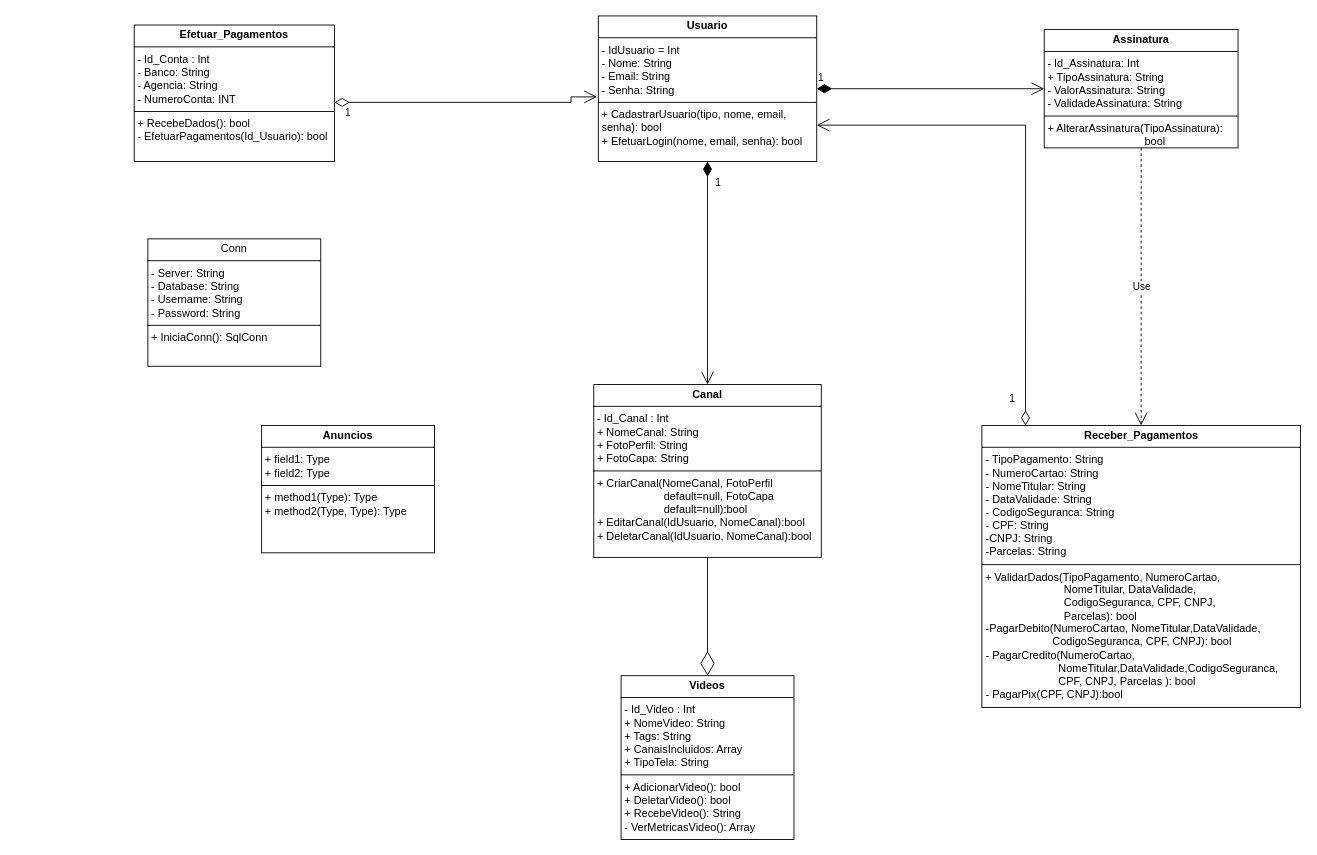
GustavoFerreira143/PIMVIISistemaDeStreaming keeps this draw.io diagram as page "DiagramaDeClasses" (20 of 20) of DiagramasPIMVII.drawio. Above is the earlier version. Source tidied: cells renumbered, new cells numbered last; positions are measured from the earlier drawing's top-left corner, leaving out a move shared by most shapes. Both pictures are drawn from the tidied source at 91%, with x=0, y=0 at pixel (134, 15).
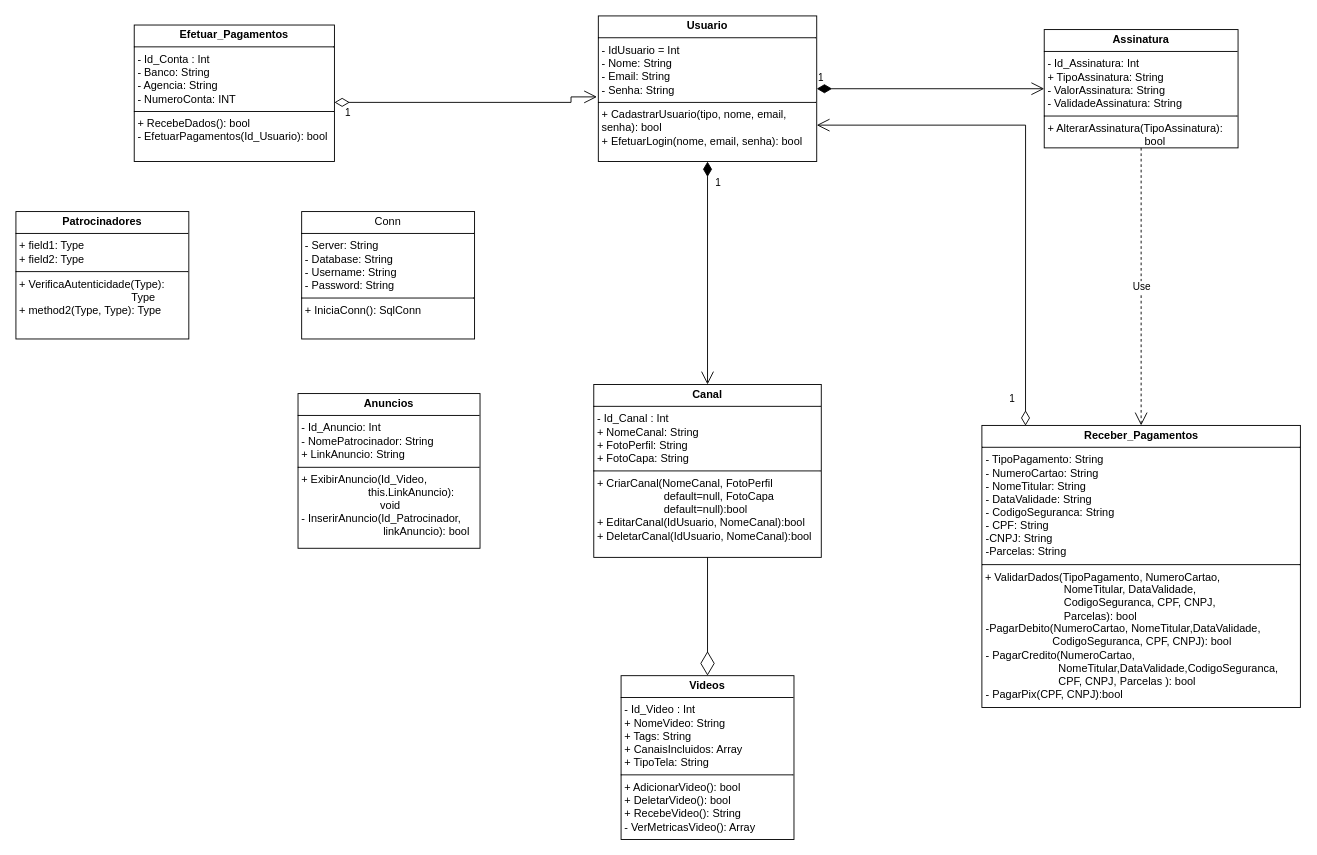
After the change.

Change to the diagram source:
```diff
@@
 <mxGraphModel>
   <root>
     <mxCell id="0" />
     <mxCell id="1" parent="0" />
     <mxCell id="2" value="&lt;p style=&quot;margin:0px;margin-top:4px;text-align:center;&quot;&gt;&lt;b&gt;Usuario&lt;/b&gt;&lt;/p&gt;&lt;hr size=&quot;1&quot; style=&quot;border-style:solid;&quot;&gt;&lt;p style=&quot;margin:0px;margin-left:4px;&quot;&gt;- IdUsuario = Int&lt;/p&gt;&lt;p style=&quot;margin:0px;margin-left:4px;&quot;&gt;- Nome: String&lt;br&gt;- Email: String&lt;/p&gt;&lt;p style=&quot;margin:0px;margin-left:4px;&quot;&gt;- Senha: String&lt;/p&gt;&lt;hr size=&quot;1&quot; style=&quot;border-style:solid;&quot;&gt;&lt;p style=&quot;margin:0px;margin-left:4px;&quot;&gt;+ CadastrarUsuario(tipo, nome, email, senha): bool&lt;br&gt;+ EfetuarLogin(nome, email, senha): bool&lt;/p&gt;" style="verticalAlign=top;align=left;overflow=fill;html=1;whiteSpace=wrap;" parent="1" vertex="1">
       <mxGeometry x="510" width="240" height="160" as="geometry" />
     </mxCell>
     <mxCell id="3" value="&lt;p style=&quot;margin:0px;margin-top:4px;text-align:center;&quot;&gt;Conn&lt;/p&gt;&lt;hr size=&quot;1&quot; style=&quot;border-style:solid;&quot;&gt;&lt;p style=&quot;margin:0px;margin-left:4px;&quot;&gt;- Server: String&lt;/p&gt;&lt;p style=&quot;margin:0px;margin-left:4px;&quot;&gt;- Database: String&lt;br&gt;- Username: String&lt;/p&gt;&lt;p style=&quot;margin:0px;margin-left:4px;&quot;&gt;- Password: String&lt;/p&gt;&lt;hr size=&quot;1&quot; style=&quot;border-style:solid;&quot;&gt;&lt;p style=&quot;margin:0px;margin-left:4px;&quot;&gt;+ IniciaConn(): SqlConn&lt;br&gt;&lt;/p&gt;" style="verticalAlign=top;align=left;overflow=fill;html=1;whiteSpace=wrap;" parent="1" vertex="1">
-      <mxGeometry x="15" y="245" width="190" height="140" as="geometry" />
+      <mxGeometry x="184" y="215" width="190" height="140" as="geometry" />
     </mxCell>
     <mxCell id="4" value="&lt;p style=&quot;margin:0px;margin-top:4px;text-align:center;&quot;&gt;&lt;b&gt;Receber_Pagamentos&lt;/b&gt;&lt;/p&gt;&lt;hr size=&quot;1&quot; style=&quot;border-style:solid;&quot;&gt;&lt;p style=&quot;margin:0px;margin-left:4px;&quot;&gt;- TipoPagamento: String&lt;br&gt;- NumeroCartao: String&lt;/p&gt;&lt;p style=&quot;margin:0px;margin-left:4px;&quot;&gt;- NomeTitular: String&lt;/p&gt;&lt;p style=&quot;margin:0px;margin-left:4px;&quot;&gt;- DataValidade: String&lt;/p&gt;&lt;p style=&quot;margin:0px;margin-left:4px;&quot;&gt;- CodigoSeguranca: String&lt;/p&gt;&lt;p style=&quot;margin:0px;margin-left:4px;&quot;&gt;- CPF: String&lt;/p&gt;&lt;p style=&quot;margin:0px;margin-left:4px;&quot;&gt;-CNPJ: String&lt;/p&gt;&lt;p style=&quot;margin:0px;margin-left:4px;&quot;&gt;-Parcelas: String&lt;/p&gt;&lt;hr size=&quot;1&quot; style=&quot;border-style:solid;&quot;&gt;&amp;nbsp;+ ValidarDados(TipoPagamento, NumeroCartao, &lt;span style=&quot;white-space: pre;&quot;&gt;&#9;&lt;/span&gt;&lt;span style=&quot;white-space: pre;&quot;&gt;&#9;&lt;/span&gt;&lt;span style=&quot;white-space: pre;&quot;&gt;&#9;&lt;/span&gt;&amp;nbsp; &amp;nbsp;NomeTitular, DataValidade, &lt;span style=&quot;white-space: pre;&quot;&gt;&#9;&lt;/span&gt;&lt;span style=&quot;white-space: pre;&quot;&gt;&#9;&lt;/span&gt;&lt;span style=&quot;white-space: pre;&quot;&gt;&#9;&lt;/span&gt;&amp;nbsp; &lt;span style=&quot;white-space: pre;&quot;&gt;&#9;&lt;/span&gt;&lt;span style=&quot;white-space: pre;&quot;&gt;&#9;&lt;/span&gt;&lt;span style=&quot;white-space: pre;&quot;&gt;&#9;&lt;/span&gt;&amp;nbsp;&amp;nbsp;&amp;nbsp;CodigoSeguranca, CPF, CNPJ, &lt;span style=&quot;white-space: pre;&quot;&gt;&#9;&lt;/span&gt;&lt;span style=&quot;white-space: pre;&quot;&gt;&#9;&lt;/span&gt;&lt;span style=&quot;white-space: pre;&quot;&gt;&#9;&lt;/span&gt;&amp;nbsp; &amp;nbsp;&lt;span style=&quot;white-space: pre;&quot;&gt;&#9;&lt;/span&gt;&lt;span style=&quot;white-space: pre;&quot;&gt;&#9;&lt;/span&gt;&lt;span style=&quot;white-space: pre;&quot;&gt;&#9;&lt;/span&gt;&amp;nbsp; &amp;nbsp;Parcelas): bool&amp;nbsp;&lt;br&gt;&lt;p style=&quot;margin:0px;margin-left:4px;&quot;&gt;-PagarDebito(NumeroCartao,&amp;nbsp;NomeTitular,DataValidade,&lt;br&gt;&lt;span style=&quot;white-space: pre;&quot;&gt;&#9;&lt;/span&gt;&lt;span style=&quot;white-space: pre;&quot;&gt;&#9;&amp;nbsp;&lt;/span&gt;&amp;nbsp; &amp;nbsp; &amp;nbsp;CodigoSeguranca,&amp;nbsp;CPF, CNPJ): bool&lt;br&gt;- PagarCredito(NumeroCartao, &lt;span style=&quot;white-space: pre;&quot;&gt;&#9;&lt;span style=&quot;white-space: pre;&quot;&gt;&#9;&lt;/span&gt;&lt;span style=&quot;white-space: pre;&quot;&gt;&#9;&lt;/span&gt;&lt;/span&gt;NomeTitular,DataValidade,CodigoSeguranca, &lt;span style=&quot;white-space: pre;&quot;&gt;&#9;&lt;/span&gt;&lt;span style=&quot;white-space: pre;&quot;&gt;&#9;&lt;/span&gt;&lt;span style=&quot;white-space: pre;&quot;&gt;&#9;&lt;/span&gt;CPF, CNPJ, Parcelas ): bool&lt;/p&gt;&lt;p style=&quot;margin:0px;margin-left:4px;&quot;&gt;- PagarPix(CPF, CNPJ):bool&lt;/p&gt;&lt;p style=&quot;margin:0px;margin-left:4px;&quot;&gt;&lt;br&gt;&lt;/p&gt;" style="verticalAlign=top;align=left;overflow=fill;html=1;whiteSpace=wrap;" parent="1" vertex="1">
       <mxGeometry x="931.5" y="450" width="350" height="310" as="geometry" />
     </mxCell>
     <mxCell id="5" value="&lt;p style=&quot;margin:0px;margin-top:4px;text-align:center;&quot;&gt;&lt;b&gt;Canal&lt;/b&gt;&lt;/p&gt;&lt;hr size=&quot;1&quot; style=&quot;border-style:solid;&quot;&gt;&lt;p style=&quot;margin:0px;margin-left:4px;&quot;&gt;- Id_Canal : Int&lt;/p&gt;&lt;p style=&quot;margin:0px;margin-left:4px;&quot;&gt;+ NomeCanal: String&lt;br&gt;+ FotoPerfil: String&lt;/p&gt;&lt;p style=&quot;margin:0px;margin-left:4px;&quot;&gt;+ FotoCapa: String&lt;/p&gt;&lt;hr size=&quot;1&quot; style=&quot;border-style:solid;&quot;&gt;&lt;p style=&quot;margin:0px;margin-left:4px;&quot;&gt;+ CriarCanal(NomeCanal, FotoPerfil&amp;nbsp; &amp;nbsp; &amp;nbsp; &amp;nbsp; &amp;nbsp; &amp;nbsp; &amp;nbsp; &amp;nbsp; &amp;nbsp; &amp;nbsp; &amp;nbsp; &amp;nbsp; &amp;nbsp; &amp;nbsp;&lt;span style=&quot;white-space: pre;&quot;&gt;&#9;&lt;/span&gt;&amp;nbsp; &amp;nbsp; &amp;nbsp; default=null, FotoCapa&amp;nbsp; &amp;nbsp; &amp;nbsp; &amp;nbsp; &amp;nbsp; &amp;nbsp; &amp;nbsp; &amp;nbsp; &amp;nbsp; &amp;nbsp; &amp;nbsp; &amp;nbsp; &amp;nbsp; &amp;nbsp; &amp;nbsp; &amp;nbsp; &amp;nbsp; &amp;nbsp; &amp;nbsp; default=null):bool&lt;br&gt;&lt;/p&gt;&lt;p style=&quot;margin:0px;margin-left:4px;&quot;&gt;+ EditarCanal(IdUsuario, NomeCanal):bool&lt;/p&gt;&lt;p style=&quot;margin:0px;margin-left:4px;&quot;&gt;+ DeletarCanal(IdUsuario, NomeCanal):bool&lt;/p&gt;" style="verticalAlign=top;align=left;overflow=fill;html=1;whiteSpace=wrap;" parent="1" vertex="1">
       <mxGeometry x="505" y="405" width="250" height="190" as="geometry" />
     </mxCell>
     <mxCell id="6" value="&lt;p style=&quot;margin:0px;margin-top:4px;text-align:center;&quot;&gt;&lt;b&gt;Assinatura&lt;/b&gt;&lt;/p&gt;&lt;hr size=&quot;1&quot; style=&quot;border-style:solid;&quot;&gt;&lt;p style=&quot;margin:0px;margin-left:4px;&quot;&gt;- Id_Assinatura: Int&lt;/p&gt;&lt;p style=&quot;margin:0px;margin-left:4px;&quot;&gt;+ TipoAssinatura: String&lt;br&gt;- ValorAssinatura: String&lt;/p&gt;&lt;p style=&quot;margin:0px;margin-left:4px;&quot;&gt;- ValidadeAssinatura: String&lt;/p&gt;&lt;hr size=&quot;1&quot; style=&quot;border-style:solid;&quot;&gt;&lt;p style=&quot;margin:0px;margin-left:4px;&quot;&gt;+ AlterarAssinatura(TipoAssinatura): &lt;span style=&quot;white-space: pre;&quot;&gt;&#9;&lt;/span&gt;&lt;span style=&quot;white-space: pre;&quot;&gt;&#9;&lt;/span&gt;&lt;span style=&quot;white-space: pre;&quot;&gt;&#9;&lt;/span&gt;&lt;span style=&quot;white-space: pre;&quot;&gt;&#9;&lt;/span&gt;bool&lt;br&gt;&lt;/p&gt;" style="verticalAlign=top;align=left;overflow=fill;html=1;whiteSpace=wrap;" parent="1" vertex="1">
       <mxGeometry x="1000" y="15" width="213" height="130" as="geometry" />
     </mxCell>
     <mxCell id="7" value="1" style="endArrow=open;html=1;endSize=12;startArrow=diamondThin;startSize=14;startFill=1;edgeStyle=orthogonalEdgeStyle;align=left;verticalAlign=bottom;rounded=0;exitX=0.5;exitY=1;exitDx=0;exitDy=0;entryX=0.5;entryY=0;entryDx=0;entryDy=0;" parent="1" edge="1" source="2" target="5">
       <mxGeometry x="-0.74" y="7" relative="1" as="geometry" />
     </mxCell>
     <mxCell id="8" value="1" style="endArrow=open;html=1;endSize=12;startArrow=diamondThin;startSize=14;startFill=1;edgeStyle=orthogonalEdgeStyle;align=left;verticalAlign=bottom;rounded=0;entryX=0;entryY=0.5;entryDx=0;entryDy=0;exitX=1;exitY=0.5;exitDx=0;exitDy=0;" parent="1" edge="1" source="2" target="6">
       <mxGeometry x="-1" y="3" relative="1" as="geometry" />
     </mxCell>
     <mxCell id="9" value="Use" style="endArrow=open;endSize=12;dashed=1;html=1;rounded=0;exitX=0.5;exitY=1;exitDx=0;exitDy=0;" parent="1" edge="1" source="6" target="4">
       <mxGeometry relative="1" as="geometry" />
     </mxCell>
     <mxCell id="10" value="1" style="endArrow=open;html=1;endSize=12;startArrow=diamondThin;startSize=14;startFill=0;edgeStyle=orthogonalEdgeStyle;align=left;verticalAlign=bottom;rounded=0;exitX=0.137;exitY=0.001;exitDx=0;exitDy=0;entryX=1;entryY=0.75;entryDx=0;entryDy=0;exitPerimeter=0;" parent="1" edge="1" source="4" target="2">
       <mxGeometry x="-0.93" y="19" relative="1" as="geometry" />
     </mxCell>
     <mxCell id="11" value="&lt;p style=&quot;margin:0px;margin-top:4px;text-align:center;&quot;&gt;&lt;b&gt;Efetuar_Pagamentos&lt;/b&gt;&lt;/p&gt;&lt;hr size=&quot;1&quot; style=&quot;border-style:solid;&quot;&gt;&lt;p style=&quot;margin:0px;margin-left:4px;&quot;&gt;- Id_Conta : Int&lt;/p&gt;&lt;p style=&quot;margin:0px;margin-left:4px;&quot;&gt;- Banco: String&lt;/p&gt;&lt;p style=&quot;margin:0px;margin-left:4px;&quot;&gt;- Agencia: String&lt;br&gt;- NumeroConta: INT&lt;/p&gt;&lt;hr size=&quot;1&quot; style=&quot;border-style:solid;&quot;&gt;&lt;p style=&quot;margin:0px;margin-left:4px;&quot;&gt;+ RecebeDados(): bool&lt;/p&gt;&lt;p style=&quot;margin:0px;margin-left:4px;&quot;&gt;- EfetuarPagamentos(Id_Usuario): bool&lt;br&gt;&lt;/p&gt;" style="verticalAlign=top;align=left;overflow=fill;html=1;whiteSpace=wrap;" parent="1" vertex="1">
       <mxGeometry y="10" width="220" height="150" as="geometry" />
     </mxCell>
     <mxCell id="12" value="1" style="endArrow=open;html=1;endSize=12;startArrow=diamondThin;startSize=14;startFill=0;edgeStyle=orthogonalEdgeStyle;align=left;verticalAlign=bottom;rounded=0;entryX=-0.006;entryY=0.556;entryDx=0;entryDy=0;entryPerimeter=0;" parent="1" edge="1" target="2">
       <mxGeometry x="-0.93" y="-20" relative="1" as="geometry">
         <mxPoint x="220" y="95" as="sourcePoint" />
         <Array as="points">
           <mxPoint x="480" y="95" />
           <mxPoint x="480" y="89" />
         </Array>
       </mxGeometry>
     </mxCell>
     <mxCell id="13" value="&lt;p style=&quot;margin:0px;margin-top:4px;text-align:center;&quot;&gt;&lt;b&gt;Videos&lt;/b&gt;&lt;/p&gt;&lt;hr size=&quot;1&quot; style=&quot;border-style:solid;&quot;&gt;&lt;p style=&quot;margin:0px;margin-left:4px;&quot;&gt;- Id_Video : Int&lt;/p&gt;&lt;p style=&quot;margin:0px;margin-left:4px;&quot;&gt;+ NomeVideo: String&lt;br&gt;+ Tags: String&lt;/p&gt;&lt;p style=&quot;margin:0px;margin-left:4px;&quot;&gt;+ CanaisIncluidos: Array&lt;/p&gt;&lt;p style=&quot;margin:0px;margin-left:4px;&quot;&gt;+ TipoTela: String&lt;/p&gt;&lt;hr size=&quot;1&quot; style=&quot;border-style:solid;&quot;&gt;&lt;p style=&quot;margin:0px;margin-left:4px;&quot;&gt;+ AdicionarVideo(): bool&lt;/p&gt;&lt;p style=&quot;margin:0px;margin-left:4px;&quot;&gt;+ DeletarVideo(): bool&lt;br&gt;+ RecebeVideo(): String&lt;/p&gt;&lt;p style=&quot;margin:0px;margin-left:4px;&quot;&gt;- VerMetricasVideo(): Array&lt;/p&gt;" style="verticalAlign=top;align=left;overflow=fill;html=1;whiteSpace=wrap;" parent="1" vertex="1">
       <mxGeometry x="535" y="725" width="190" height="180" as="geometry" />
     </mxCell>
     <mxCell id="14" style="endArrow=diamondThin;endFill=0;endSize=24;html=1;rounded=0;exitX=0.5;exitY=1;exitDx=0;exitDy=0;entryX=0.5;entryY=0;entryDx=0;entryDy=0;" parent="1" edge="1" source="5" target="13">
       <mxGeometry relative="1" as="geometry" />
     </mxCell>
-    <mxCell id="15" value="&lt;p style=&quot;margin:0px;margin-top:4px;text-align:center;&quot;&gt;&lt;b&gt;Anuncios&lt;/b&gt;&lt;/p&gt;&lt;hr size=&quot;1&quot; style=&quot;border-style:solid;&quot;&gt;&lt;p style=&quot;margin:0px;margin-left:4px;&quot;&gt;+ field1: Type&lt;br&gt;+ field2: Type&lt;/p&gt;&lt;hr size=&quot;1&quot; style=&quot;border-style:solid;&quot;&gt;&lt;p style=&quot;margin:0px;margin-left:4px;&quot;&gt;+ method1(Type): Type&lt;br&gt;+ method2(Type, Type): Type&lt;/p&gt;" style="verticalAlign=top;align=left;overflow=fill;html=1;whiteSpace=wrap;" parent="1" vertex="1">
-      <mxGeometry x="140" y="450" width="190" height="140" as="geometry" />
+    <mxCell id="15" value="&lt;p style=&quot;margin:0px;margin-top:4px;text-align:center;&quot;&gt;&lt;b&gt;Anuncios&lt;/b&gt;&lt;/p&gt;&lt;hr size=&quot;1&quot; style=&quot;border-style:solid;&quot;&gt;&lt;p style=&quot;margin:0px;margin-left:4px;&quot;&gt;- Id_Anuncio: Int&lt;br&gt;- NomePatrocinador: String&lt;/p&gt;&lt;p style=&quot;margin:0px;margin-left:4px;&quot;&gt;+ LinkAnuncio: String&lt;/p&gt;&lt;hr size=&quot;1&quot; style=&quot;border-style:solid;&quot;&gt;&lt;p style=&quot;margin:0px;margin-left:4px;&quot;&gt;+ ExibirAnuncio(Id_Video,&amp;nbsp; &amp;nbsp; &amp;nbsp; &amp;nbsp; &amp;nbsp; &amp;nbsp; &amp;nbsp; &amp;nbsp; &amp;nbsp; &amp;nbsp; &amp;nbsp; &amp;nbsp; &amp;nbsp; &amp;nbsp; &amp;nbsp; &amp;nbsp; &amp;nbsp; &amp;nbsp; &amp;nbsp; &amp;nbsp; this.LinkAnuncio): &lt;span style=&quot;white-space: pre;&quot;&gt;&#9;&lt;/span&gt;&lt;span style=&quot;white-space: pre;&quot;&gt;&#9;&lt;/span&gt;&lt;span style=&quot;white-space: pre;&quot;&gt;&#9;&lt;/span&gt;&amp;nbsp; void&lt;br&gt;&lt;/p&gt;&lt;p style=&quot;margin:0px;margin-left:4px;&quot;&gt;- InserirAnuncio(Id_Patrocinador, &lt;span style=&quot;white-space: pre;&quot;&gt;&#9;&lt;/span&gt;&lt;span style=&quot;white-space: pre;&quot;&gt;&#9;&lt;/span&gt;&lt;span style=&quot;white-space: pre;&quot;&gt;&#9;&lt;/span&gt;&amp;nbsp; &amp;nbsp;linkAnuncio): bool&lt;/p&gt;" style="verticalAlign=top;align=left;overflow=fill;html=1;whiteSpace=wrap;" parent="1" vertex="1">
+      <mxGeometry x="180" y="415" width="200" height="170" as="geometry" />
     </mxCell>
+    <mxCell id="16" value="&lt;p style=&quot;margin:0px;margin-top:4px;text-align:center;&quot;&gt;&lt;b&gt;Patrocinadores&lt;/b&gt;&lt;/p&gt;&lt;hr size=&quot;1&quot; style=&quot;border-style:solid;&quot;&gt;&lt;p style=&quot;margin:0px;margin-left:4px;&quot;&gt;+ field1: Type&lt;br&gt;+ field2: Type&lt;/p&gt;&lt;hr size=&quot;1&quot; style=&quot;border-style:solid;&quot;&gt;&lt;p style=&quot;margin:0px;margin-left:4px;&quot;&gt;+ VerificaAutenticidade(Type): &lt;span style=&quot;white-space: pre;&quot;&gt;&#9;&lt;/span&gt;&lt;span style=&quot;white-space: pre;&quot;&gt;&#9;&lt;/span&gt;&lt;span style=&quot;white-space: pre;&quot;&gt;&#9;&lt;/span&gt;&lt;span style=&quot;white-space: pre;&quot;&gt;&#9;&lt;/span&gt;&amp;nbsp; &amp;nbsp; &amp;nbsp;Type&lt;br&gt;+ method2(Type, Type): Type&lt;/p&gt;" style="verticalAlign=top;align=left;overflow=fill;html=1;whiteSpace=wrap;" parent="1" vertex="1">
+      <mxGeometry x="-130" y="215" width="190" height="140" as="geometry" />
+    </mxCell>
   </root>
 </mxGraphModel>
```
